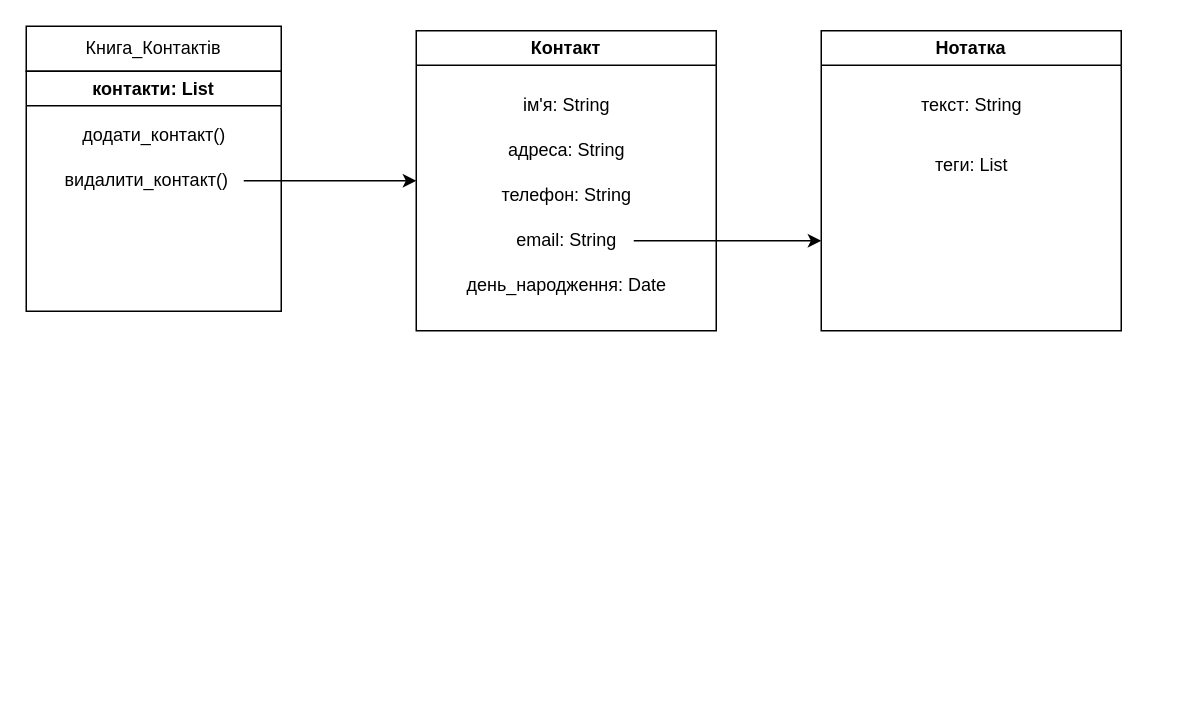
This is Діаграма без назви.drawio from Hyrysake/Team-Project-Code-of-Snake-, a draw.io file, before an edit. Source tidied: cells renumbered, new cells numbered last; positions are measured from the earlier drawing's top-left corner, leaving out a move shared by most shapes. Both pictures are drawn from the tidied source at 150%, with x=0, y=0 at pixel (26, 26).
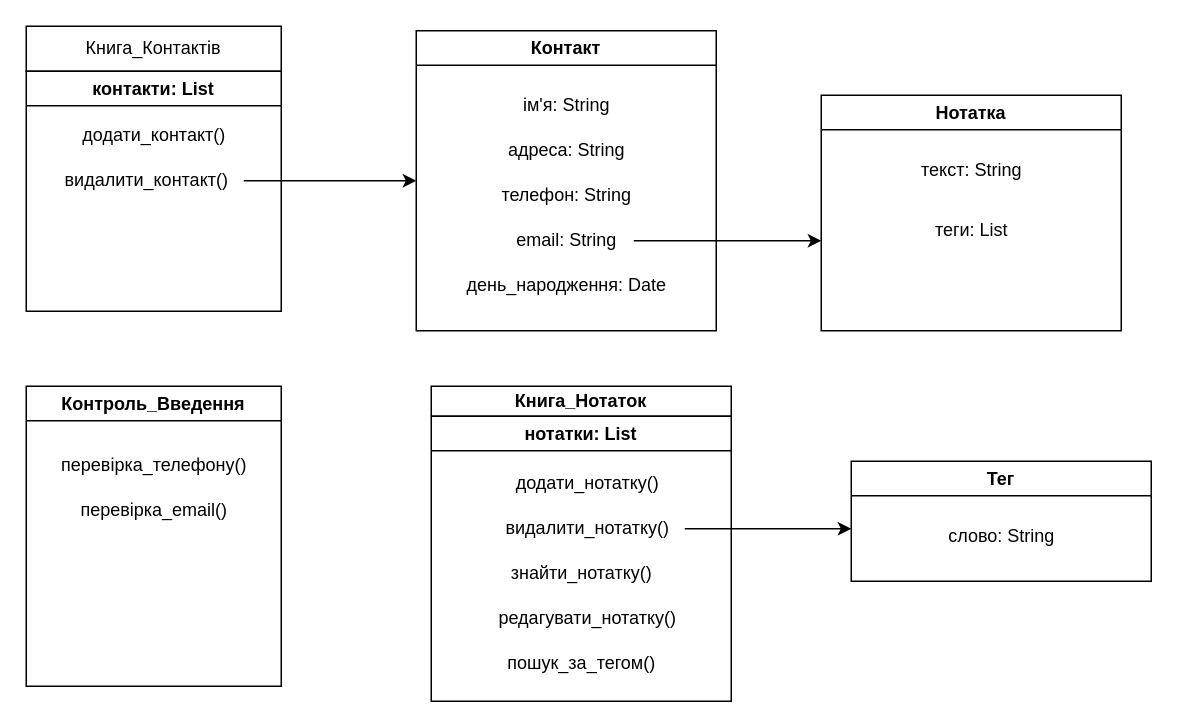
Above is the later version.

Diff of the diagram source:
```diff
@@
     <mxCell id="14" value="Нотатка" style="swimlane;whiteSpace=wrap;html=1;" parent="1" vertex="1">
-      <mxGeometry x="530" y="3" width="200" height="200" as="geometry" />
+      <mxGeometry x="530" y="46" width="200" height="157" as="geometry" />
     </mxCell>
@@
+    <mxCell id="17" value="Контроль_Введення" style="swimlane;whiteSpace=wrap;html=1;" parent="1" vertex="1">
+      <mxGeometry y="240" width="170" height="200" as="geometry" />
+    </mxCell>
+    <mxCell id="18" value="перевірка_телефону()" style="text;html=1;align=center;verticalAlign=middle;strokeColor=none;fillColor=none;" parent="17" vertex="1">
+      <mxGeometry x="10" y="38" width="150" height="30" as="geometry" />
+    </mxCell>
+    <mxCell id="19" value="перевірка_email()" style="text;html=1;align=center;verticalAlign=middle;strokeColor=none;fillColor=none;" parent="17" vertex="1">
+      <mxGeometry x="25" y="68" width="120" height="30" as="geometry" />
+    </mxCell>
+    <mxCell id="20" value="Книга_Нотаток" style="swimlane;whiteSpace=wrap;html=1;" parent="1" vertex="1">
+      <mxGeometry x="270" y="240" width="200" height="20" as="geometry" />
+    </mxCell>
+    <mxCell id="21" value="нотатки: List" style="swimlane;whiteSpace=wrap;html=1;" parent="1" vertex="1">
+      <mxGeometry x="270" y="260" width="200" height="190" as="geometry" />
+    </mxCell>
+    <mxCell id="22" value="додати_нотатку()" style="text;html=1;align=center;verticalAlign=middle;strokeColor=none;fillColor=none;" parent="21" vertex="1">
+      <mxGeometry x="44" y="30" width="120" height="30" as="geometry" />
+    </mxCell>
+    <mxCell id="23" style="edgeStyle=orthogonalEdgeStyle;rounded=0;jettySize=auto;html=1;" parent="21" edge="1" source="24">
+      <mxGeometry relative="1" as="geometry">
+        <mxPoint x="280" y="75" as="targetPoint" />
+      </mxGeometry>
+    </mxCell>
+    <mxCell id="24" value="видалити_нотатку()" style="text;html=1;align=center;verticalAlign=middle;points=[];strokeColor=none;fillColor=none;" parent="21" vertex="1">
+      <mxGeometry x="39" y="60" width="130" height="30" as="geometry" />
+    </mxCell>
+    <mxCell id="25" value="знайти_нотатку()" style="text;html=1;align=center;verticalAlign=middle;strokeColor=none;fillColor=none;" parent="21" vertex="1">
+      <mxGeometry x="40" y="90" width="120" height="30" as="geometry" />
+    </mxCell>
+    <mxCell id="26" value="редагувати_нотатку()" style="text;html=1;align=center;verticalAlign=middle;strokeColor=none;fillColor=none;" parent="21" vertex="1">
+      <mxGeometry x="34" y="120" width="140" height="30" as="geometry" />
+    </mxCell>
+    <mxCell id="27" value="пошук_за_тегом()" style="text;html=1;align=center;verticalAlign=middle;strokeColor=none;fillColor=none;" parent="21" vertex="1">
+      <mxGeometry x="40" y="150" width="120" height="30" as="geometry" />
+    </mxCell>
+    <mxCell id="28" value="Тег" style="swimlane;whiteSpace=wrap;html=1;" parent="1" vertex="1">
+      <mxGeometry x="550" y="290" width="200" height="80" as="geometry" />
+    </mxCell>
+    <mxCell id="29" value="слово: String" style="text;html=1;align=center;verticalAlign=middle;strokeColor=none;fillColor=none;" parent="28" vertex="1">
+      <mxGeometry x="55" y="35" width="90" height="30" as="geometry" />
+    </mxCell>
```
